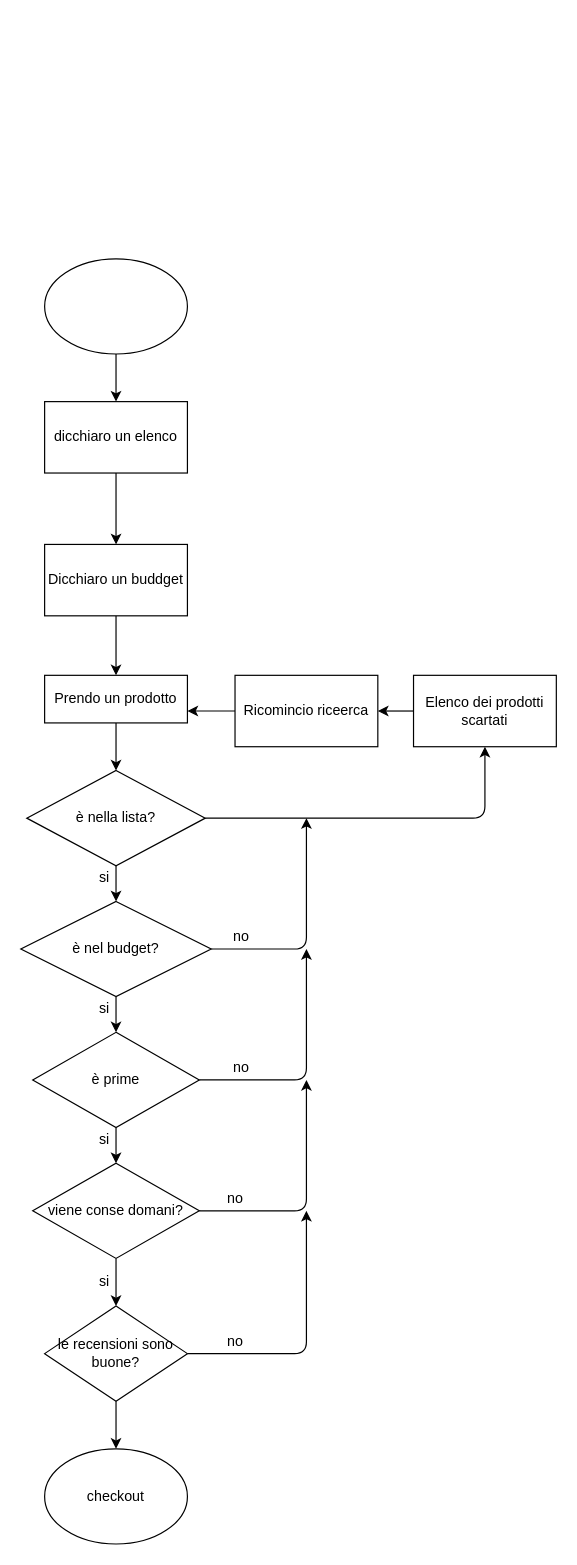
VictorEnache/human-code keeps this draw.io diagram as diagramma.drawio. Above is the earlier version. Source tidied: cells renumbered, new cells numbered last; positions are measured from the earlier drawing's top-left corner, leaving out a move shared by most shapes. Both pictures are drawn from the tidied source at 119%, with x=0, y=0 at pixel (20, 258).
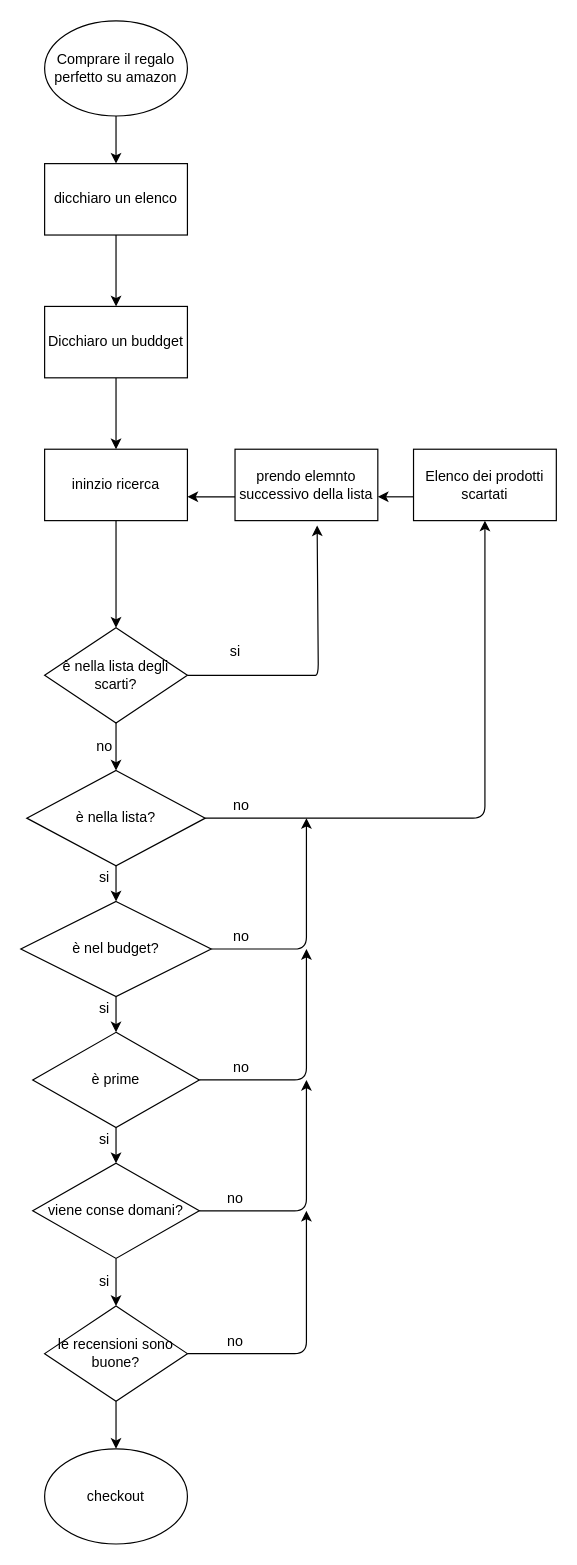
Above is the later version.

The change refers to these unchanged cells:
```xml
<mxCell id="9" value="è nella lista?" style="rhombus;whiteSpace=wrap;html=1;" parent="1" vertex="1">
  <mxGeometry x="5" y="430" width="150" height="80" as="geometry" />
</mxCell>
```

What changed in the source:
```diff
@@
     <mxCell id="2" style="edgeStyle=none;html=1;" parent="1" edge="1">
       <mxGeometry relative="1" as="geometry">
-        <mxPoint x="80" y="80" as="sourcePoint" />
-        <mxPoint x="80" y="120" as="targetPoint" />
+        <mxPoint x="80" y="-120" as="sourcePoint" />
+        <mxPoint x="80" y="-80" as="targetPoint" />
       </mxGeometry>
     </mxCell>
@@
     <mxCell id="4" value="dicchiaro un elenco" style="rounded=0;whiteSpace=wrap;html=1;" parent="1" vertex="1">
-      <mxGeometry x="20" y="120" width="120" height="60" as="geometry" />
+      <mxGeometry x="20" y="-80" width="120" height="60" as="geometry" />
     </mxCell>
-    <mxCell id="5" style="edgeStyle=none;html=1;entryX=0.5;entryY=0;entryDx=0;entryDy=0;" parent="1" edge="1" source="6" target="20">
-      <mxGeometry relative="1" as="geometry" />
-    </mxCell>
+    <mxCell id="38" style="edgeStyle=none;html=1;" parent="1" edge="1" source="6" target="40">
+      <mxGeometry relative="1" as="geometry" />
+    </mxCell>
     <mxCell id="6" value="Dicchiaro un buddget" style="rounded=0;whiteSpace=wrap;html=1;" parent="1" vertex="1">
-      <mxGeometry x="20" y="240" width="120" height="60" as="geometry" />
+      <mxGeometry x="20" y="40" width="120" height="60" as="geometry" />
     </mxCell>
@@
-    <mxCell id="19" style="edgeStyle=none;html=1;exitX=0.5;exitY=1;exitDx=0;exitDy=0;" parent="1" edge="1" source="20" target="9">
-      <mxGeometry relative="1" as="geometry" />
+    <mxCell id="19" style="edgeStyle=none;html=1;exitX=0.5;exitY=1;exitDx=0;exitDy=0;" parent="1" edge="1" target="9">
+      <mxGeometry relative="1" as="geometry">
+        <mxPoint x="80" y="390" as="sourcePoint" />
+      </mxGeometry>
     </mxCell>
-    <mxCell id="20" value="Prendo un prodotto" style="rounded=0;whiteSpace=wrap;html=1;" parent="1" vertex="1">
-      <mxGeometry x="20" y="350" width="120" height="40" as="geometry" />
-    </mxCell>
@@
-    <mxCell id="32" style="edgeStyle=none;html=1;" parent="1" edge="1" source="33" target="35">
-      <mxGeometry relative="1" as="geometry" />
+    <mxCell id="32" style="edgeStyle=none;html=1;" parent="1" edge="1">
+      <mxGeometry relative="1" as="geometry">
+        <mxPoint x="330" y="200" as="sourcePoint" />
+        <mxPoint x="300" y="200" as="targetPoint" />
+      </mxGeometry>
     </mxCell>
     <mxCell id="33" value="Elenco dei prodotti scartati" style="rounded=0;whiteSpace=wrap;html=1;" parent="1" vertex="1">
-      <mxGeometry x="330" y="350" width="120" height="60" as="geometry" />
+      <mxGeometry x="330" y="160" width="120" height="60" as="geometry" />
     </mxCell>
-    <mxCell id="34" style="edgeStyle=none;html=1;entryX=1;entryY=0.75;entryDx=0;entryDy=0;" parent="1" edge="1" source="35" target="20">
-      <mxGeometry relative="1" as="geometry" />
+    <mxCell id="34" style="edgeStyle=none;html=1;entryX=1;entryY=0.75;entryDx=0;entryDy=0;" parent="1" edge="1">
+      <mxGeometry relative="1" as="geometry">
+        <mxPoint x="180" y="200" as="sourcePoint" />
+        <mxPoint x="140" y="200" as="targetPoint" />
+      </mxGeometry>
     </mxCell>
-    <mxCell id="35" value="Ricomincio riceerca" style="rounded=0;whiteSpace=wrap;html=1;" parent="1" vertex="1">
-      <mxGeometry x="180" y="350" width="120" height="60" as="geometry" />
+    <mxCell id="35" value="prendo elemnto successivo della lista" style="rounded=0;whiteSpace=wrap;html=1;" parent="1" vertex="1">
+      <mxGeometry x="180" y="160" width="120" height="60" as="geometry" />
     </mxCell>
-    <mxCell id="36" style="ellipse;whiteSpace=wrap;html=1;" parent="1" vertex="1">
-      <mxGeometry x="20" width="120" height="80" as="geometry" />
+    <mxCell id="36" value="Comprare il regalo perfetto su amazon" style="ellipse;whiteSpace=wrap;html=1;" parent="1" vertex="1">
+      <mxGeometry x="20" y="-200" width="120" height="80" as="geometry" />
     </mxCell>
@@
+    <mxCell id="39" style="edgeStyle=none;html=1;" parent="1" edge="1" source="40" target="42">
+      <mxGeometry relative="1" as="geometry" />
+    </mxCell>
+    <mxCell id="40" value="ininzio ricerca" style="rounded=0;whiteSpace=wrap;html=1;" parent="1" vertex="1">
+      <mxGeometry x="20" y="160" width="120" height="60" as="geometry" />
+    </mxCell>
+    <mxCell id="41" style="edgeStyle=none;html=1;entryX=0.575;entryY=1.067;entryDx=0;entryDy=0;entryPerimeter=0;" parent="1" edge="1" source="42" target="35">
+      <mxGeometry relative="1" as="geometry">
+        <Array as="points">
+          <mxPoint x="240" y="350" />
+          <mxPoint x="250" y="350" />
+        </Array>
+      </mxGeometry>
+    </mxCell>
+    <mxCell id="42" value="è nella lista degli scarti?" style="rhombus;whiteSpace=wrap;html=1;" parent="1" vertex="1">
+      <mxGeometry x="20" y="310" width="120" height="80" as="geometry" />
+    </mxCell>
+    <mxCell id="43" value="si" style="text;html=1;align=center;verticalAlign=middle;strokeColor=none;fillColor=none;" parent="1" vertex="1">
+      <mxGeometry x="170" y="320" width="20" height="20" as="geometry" />
+    </mxCell>
+    <mxCell id="44" value="no" style="text;html=1;align=center;verticalAlign=middle;strokeColor=none;fillColor=none;" parent="1" vertex="1">
+      <mxGeometry x="55" y="400" width="30" height="20" as="geometry" />
+    </mxCell>
+    <mxCell id="45" value="no" style="text;html=1;align=center;verticalAlign=middle;strokeColor=none;fillColor=none;" parent="1" vertex="1">
+      <mxGeometry x="170" y="450" width="30" height="20" as="geometry" />
+    </mxCell>
```
